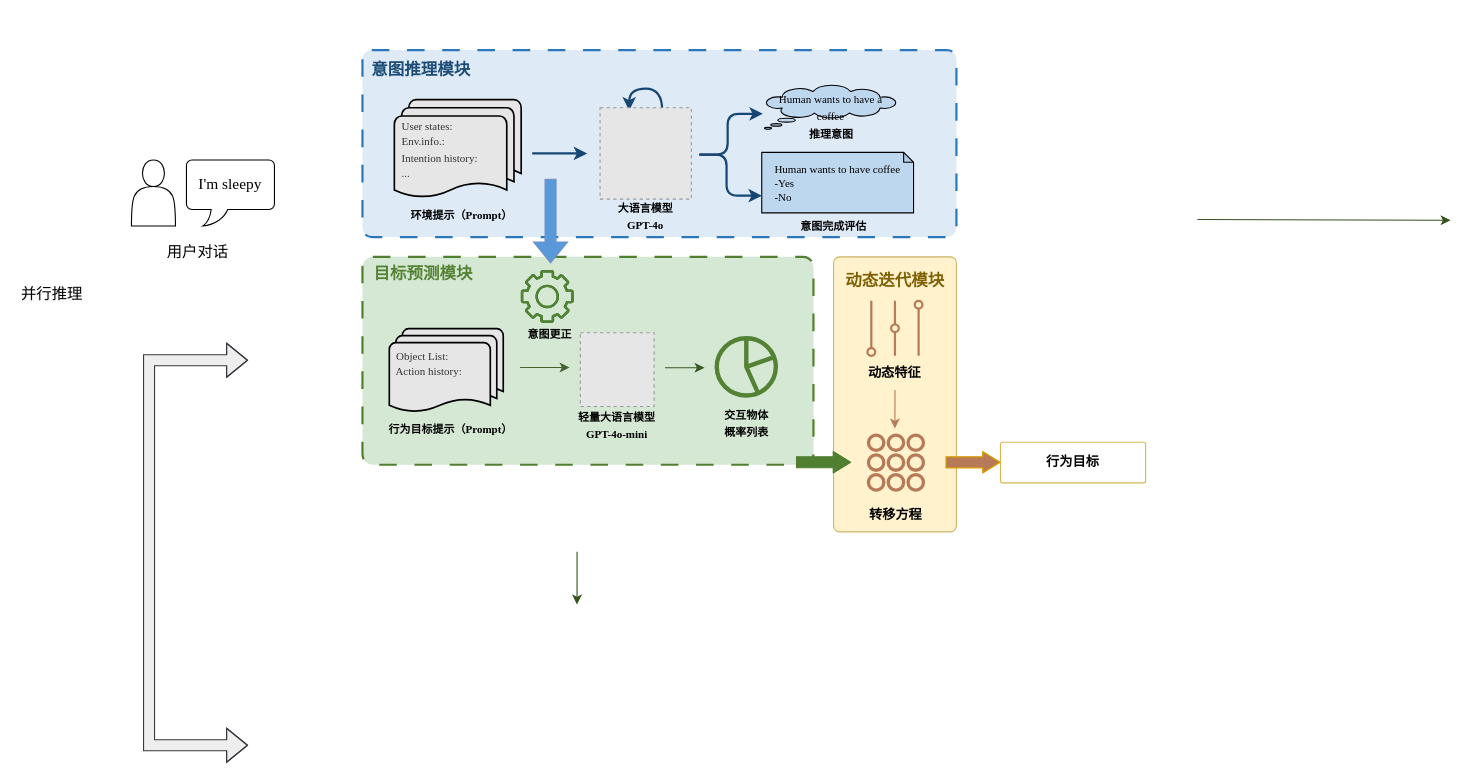
This is 预测方法框架.drawio from Rinco1018/project_test, a draw.io file, before an edit. Source tidied: cells renumbered, new cells numbered last; positions are measured from the earlier drawing's top-left corner, leaving out a move shared by most shapes. Both pictures are drawn from the tidied source at 110%, with x=0, y=0 at pixel (19, 19). Pictures stored in the file or linked from it are replaced by grey dashed boxes.
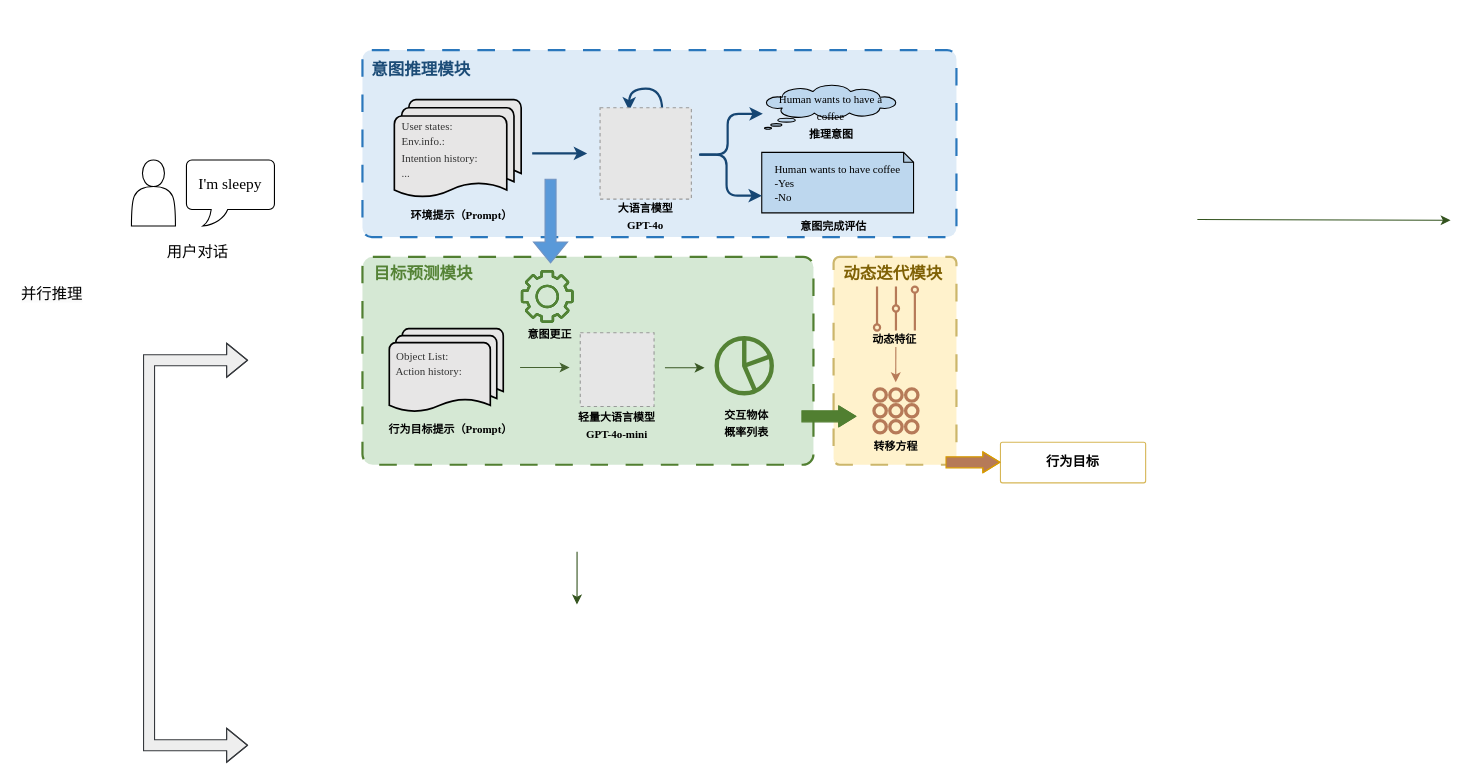
The same page after the edit.

Commit message (it also covers changes not shown here):
更新预测方法框架.drawio

The change refers to these unchanged cells:
```xml
<mxCell id="40" style="group;" parent="1" vertex="1">
  <mxGeometry x="611" y="291.5" width="100" height="93" as="geometry" />
</mxCell>
```

Change to the diagram source:
```diff
@@
-    <mxCell id="2" style="rounded=1;arcSize=5;whiteSpace=wrap;html=1;fillColor=#fff2cc;strokeColor=light-dark(#ccb66b, #6d5100);" parent="1" vertex="1">
-      <mxGeometry x="740.3" y="216" width="111.7" height="250" as="geometry" />
+    <mxCell id="2" style="rounded=1;arcSize=5;whiteSpace=wrap;html=1;fillColor=#fff2cc;strokeColor=light-dark(#ccb66b, #6d5100);strokeWidth=2;dashed=1;dashPattern=8 8;" parent="1" vertex="1">
+      <mxGeometry x="740.3" y="216" width="111.7" height="189" as="geometry" />
     </mxCell>
@@
     <mxCell id="41" style="html=1;verticalLabelPosition=bottom;align=center;labelBackgroundColor=#ffffff;verticalAlign=top;strokeWidth=4;strokeColor=light-dark(#548235, #32a0ff);shadow=0;dashed=0;shape=mxgraph.ios7.icons.pie_chart;fillColor=light-dark(#d5e8d4, #ededed);fontStyle=0;" parent="40" vertex="1">
-      <mxGeometry x="23.1" y="-1.5" width="53.7" height="52" as="geometry" />
+      <mxGeometry x="23.1" y="-1.5" width="50" height="50" as="geometry" />
     </mxCell>
@@
     <mxCell id="43" style="html=1;verticalLabelPosition=bottom;align=center;labelBackgroundColor=#ffffff;verticalAlign=top;strokeWidth=3;strokeColor=light-dark(#b67a58, #32a0ff);shadow=0;dashed=0;shape=mxgraph.ios7.icons.keypad;fillColor=none;" parent="1" vertex="1">
-      <mxGeometry x="772" y="378" width="50" height="50" as="geometry" />
+      <mxGeometry x="777" y="336" width="40" height="40" as="geometry" />
     </mxCell>
@@
-    <mxCell id="45" value="&lt;b&gt;转移方程&lt;/b&gt;" style="text;html=1;align=center;verticalAlign=middle;whiteSpace=wrap;rounded=0;" parent="1" vertex="1">
-      <mxGeometry x="767" y="436" width="60" height="30" as="geometry" />
+    <mxCell id="45" value="&lt;b&gt;&lt;font style=&quot;font-size: 10px;&quot;&gt;转移方程&lt;/font&gt;&lt;/b&gt;" style="text;html=1;align=center;verticalAlign=middle;whiteSpace=wrap;rounded=0;" parent="1" vertex="1">
+      <mxGeometry x="767" y="373" width="60" height="30" as="geometry" />
     </mxCell>
     <mxCell id="46" style="shape=flexArrow;endArrow=classic;html=1;rounded=0;fillColor=light-dark(#517f31, #2566a8);strokeColor=light-dark(#517f31, #ededed);endWidth=8.045977011494253;endSize=4.83448275862069;" parent="1" edge="1">
       <mxGeometry relative="1" as="geometry">
-        <mxPoint x="706.1" y="402.7" as="sourcePoint" />
-        <mxPoint x="756.1" y="402.7" as="targetPoint" />
+        <mxPoint x="711" y="361" as="sourcePoint" />
+        <mxPoint x="761" y="361" as="targetPoint" />
         <Array as="points">
-          <mxPoint x="716.1" y="402.7" />
+          <mxPoint x="721" y="361" />
         </Array>
       </mxGeometry>
     </mxCell>
     <mxCell id="47" value="&lt;font face=&quot;Times New Roman&quot;&gt;&lt;span style=&quot;font-size: 15px;&quot;&gt;动态迭代模块&lt;/span&gt;&lt;/font&gt;" style="text;html=1;align=center;verticalAlign=middle;strokeColor=none;fillColor=none;fontColor=light-dark(#7f6105, #69c195);fontStyle=1;" parent="1" vertex="1">
-      <mxGeometry x="742.1" y="222" width="108" height="30" as="geometry" />
+      <mxGeometry x="740.3" y="216" width="108" height="30" as="geometry" />
     </mxCell>
     <mxCell id="48" style="html=1;verticalLabelPosition=bottom;align=center;labelBackgroundColor=#ffffff;verticalAlign=top;strokeWidth=2;strokeColor=light-dark(#b67a58, #32a0ff);shadow=0;dashed=0;shape=mxgraph.ios7.icons.volume;fillColor=light-dark(#fff2cc, #ededed);" parent="1" vertex="1">
-      <mxGeometry x="771.1" y="256" width="50" height="50" as="geometry" />
+      <mxGeometry x="777" y="243" width="40" height="40" as="geometry" />
     </mxCell>
@@
-    <mxCell id="55" value="&lt;b&gt;动态特征&lt;/b&gt;" style="text;html=1;align=center;verticalAlign=middle;whiteSpace=wrap;rounded=0;" parent="1" vertex="1">
-      <mxGeometry x="766.1" y="307" width="60" height="30" as="geometry" />
+    <mxCell id="55" value="&lt;b&gt;&lt;font style=&quot;font-size: 10px;&quot;&gt;动态特征&lt;/font&gt;&lt;/b&gt;" style="text;html=1;align=center;verticalAlign=middle;whiteSpace=wrap;rounded=0;" parent="1" vertex="1">
+      <mxGeometry x="766.1" y="276" width="60" height="30" as="geometry" />
     </mxCell>
-    <mxCell id="56" style="edgeStyle=orthogonalEdgeStyle;rounded=1;jettySize=auto;html=1;fillColor=#1ba1e2;strokeColor=light-dark(#b67b58, #28ab6a);curved=0;horizontal=1;" parent="1" edge="1" source="55">
+    <mxCell id="56" style="edgeStyle=orthogonalEdgeStyle;rounded=1;orthogonalLoop=1;jettySize=auto;html=1;fillColor=#1ba1e2;strokeColor=light-dark(#b67b58, #28ab6a);curved=0;horizontal=1;" parent="1" edge="1">
       <mxGeometry relative="1" as="geometry">
-        <mxPoint x="796" y="372" as="targetPoint" />
+        <mxPoint x="796.9" y="298" as="sourcePoint" />
+        <mxPoint x="796.8" y="330" as="targetPoint" />
       </mxGeometry>
     </mxCell>
```
